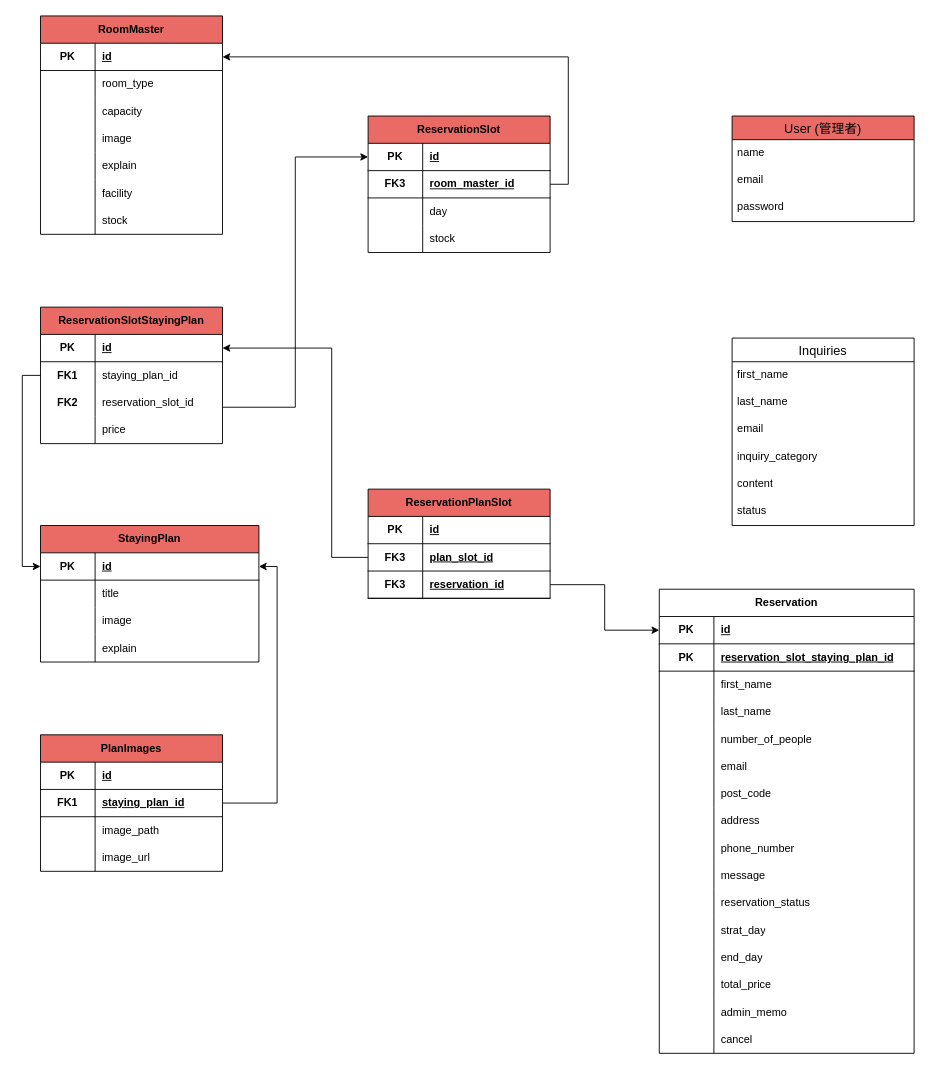
The draw.io diagram ER図.drawio in your-school/reserve, before the edit. Source tidied: cells renumbered, new cells numbered last; positions are measured from the earlier drawing's top-left corner, leaving out a move shared by most shapes. Both pictures are drawn from the tidied source at 91%, with x=0, y=0 at pixel (40, 15).
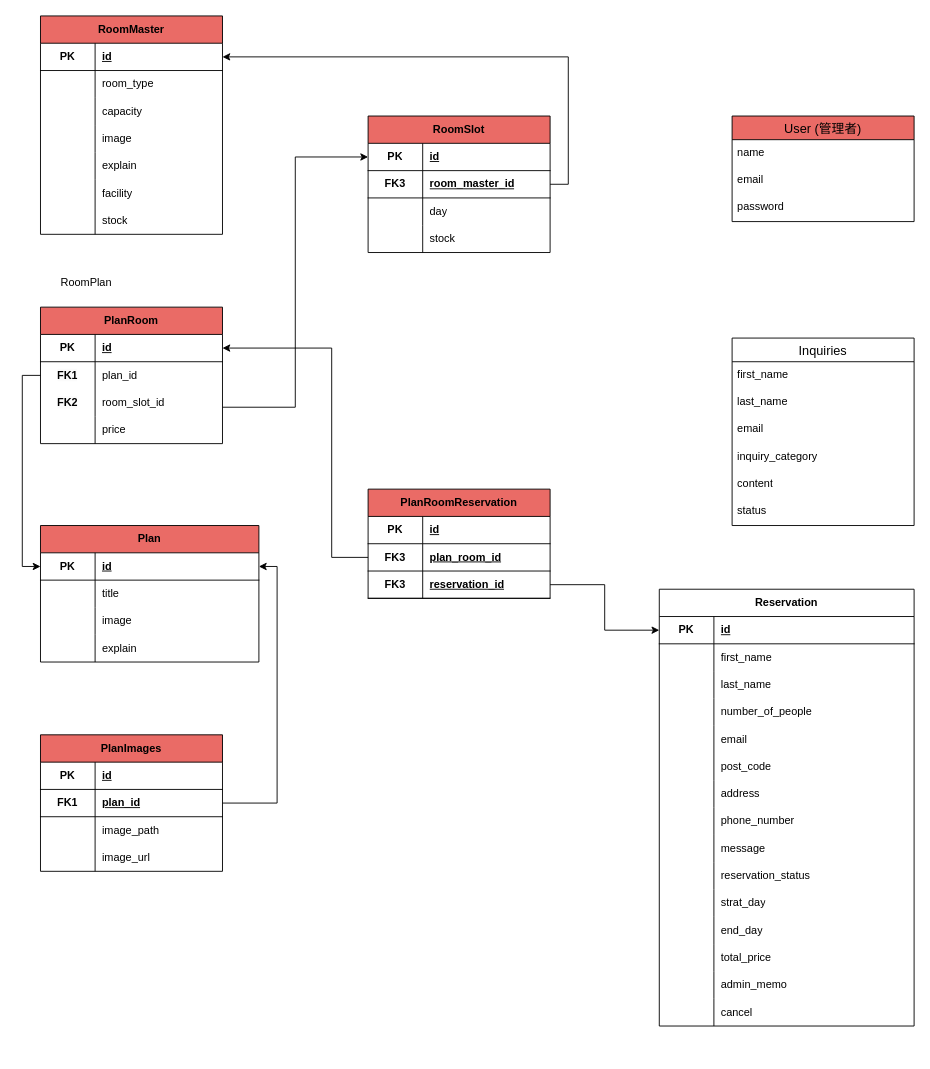
The same page after the edit.

Commit message:
ER図.drawio を更新します

The change refers to these unchanged cells:
```xml
<mxCell id="88" style="shape=tableRow;horizontal=0;startSize=0;swimlaneHead=0;swimlaneBody=0;fillColor=none;points=[[0,0.5],[1,0.5]];portConstraint=eastwest;top=0;left=0;right=0;bottom=0;html=1;" parent="84" vertex="1">
  <mxGeometry y="60" width="200" height="30" as="geometry" />
</mxCell>
<mxCell id="91" style="shape=tableRow;horizontal=0;startSize=0;swimlaneHead=0;swimlaneBody=0;fillColor=none;top=0;left=0;right=0;bottom=0;html=1;" parent="84" vertex="1">
  <mxGeometry y="90" width="200" height="30" as="geometry" />
</mxCell>
<mxCell id="123" style="shape=tableRow;horizontal=0;startSize=0;swimlaneHead=0;swimlaneBody=0;fillColor=none;points=[[0,0.5],[1,0.5]];portConstraint=eastwest;top=0;left=0;right=0;bottom=1;html=1;" parent="119" vertex="1">
  <mxGeometry y="60" width="200" height="30" as="geometry" />
</mxCell>
<mxCell id="144" style="shape=tableRow;horizontal=0;startSize=0;swimlaneHead=0;swimlaneBody=0;fillColor=none;points=[[0,0.5],[1,0.5]];portConstraint=eastwest;top=0;left=0;right=0;bottom=1;html=1;" parent="140" vertex="1">
  <mxGeometry y="60" width="200" height="30" as="geometry" />
</mxCell>
```

Diff of the diagram source:
```diff
@@
     <mxCell id="2" value="Reservation" style="shape=table;startSize=30;childLayout=tableLayout;rowLines=0;fontStyle=1;align=center;html=1;whiteSpace=wrap;" parent="1" vertex="1">
-      <mxGeometry x="680" y="630" width="280" height="510" as="geometry" />
+      <mxGeometry x="680" y="630" width="280" height="480" as="geometry" />
     </mxCell>
@@
-    <mxCell id="6" style="shape=tableRow;horizontal=0;startSize=0;swimlaneHead=0;swimlaneBody=0;fillColor=none;top=0;left=0;right=0;bottom=1;html=1;" parent="2" vertex="1">
-      <mxGeometry y="60" width="280" height="30" as="geometry" />
-    </mxCell>
-    <mxCell id="7" value="PK" style="shape=partialRectangle;fillColor=none;top=0;left=0;bottom=0;right=0;fontStyle=1;overflow=hidden;html=1;whiteSpace=wrap;" parent="6" vertex="1">
-      <mxGeometry width="60" height="30" as="geometry" />
-    </mxCell>
-    <mxCell id="8" value="reservation_slot_staying_plan_id" style="shape=partialRectangle;fillColor=none;top=0;left=0;bottom=0;right=0;align=left;spacingLeft=6;fontStyle=5;overflow=hidden;html=1;whiteSpace=wrap;" parent="6" vertex="1">
-      <mxGeometry x="60" width="220" height="30" as="geometry" />
-    </mxCell>
     <mxCell id="9" style="shape=tableRow;horizontal=0;startSize=0;swimlaneHead=0;swimlaneBody=0;fillColor=none;top=0;left=0;right=0;bottom=0;html=1;" parent="2" vertex="1">
-      <mxGeometry y="90" width="280" height="30" as="geometry" />
+      <mxGeometry y="60" width="280" height="30" as="geometry" />
     </mxCell>
@@
     <mxCell id="12" style="shape=tableRow;horizontal=0;startSize=0;swimlaneHead=0;swimlaneBody=0;fillColor=none;top=0;left=0;right=0;bottom=0;html=1;" parent="2" vertex="1">
-      <mxGeometry y="120" width="280" height="30" as="geometry" />
+      <mxGeometry y="90" width="280" height="30" as="geometry" />
     </mxCell>
@@
     <mxCell id="15" style="shape=tableRow;horizontal=0;startSize=0;swimlaneHead=0;swimlaneBody=0;fillColor=none;top=0;left=0;right=0;bottom=0;html=1;" parent="2" vertex="1">
-      <mxGeometry y="150" width="280" height="30" as="geometry" />
+      <mxGeometry y="120" width="280" height="30" as="geometry" />
     </mxCell>
@@
     <mxCell id="18" style="shape=tableRow;horizontal=0;startSize=0;swimlaneHead=0;swimlaneBody=0;fillColor=none;top=0;left=0;right=0;bottom=0;html=1;" parent="2" vertex="1">
-      <mxGeometry y="180" width="280" height="30" as="geometry" />
+      <mxGeometry y="150" width="280" height="30" as="geometry" />
     </mxCell>
@@
     <mxCell id="21" style="shape=tableRow;horizontal=0;startSize=0;swimlaneHead=0;swimlaneBody=0;fillColor=none;top=0;left=0;right=0;bottom=0;html=1;" parent="2" vertex="1">
-      <mxGeometry y="210" width="280" height="30" as="geometry" />
+      <mxGeometry y="180" width="280" height="30" as="geometry" />
     </mxCell>
@@
     <mxCell id="24" style="shape=tableRow;horizontal=0;startSize=0;swimlaneHead=0;swimlaneBody=0;fillColor=none;top=0;left=0;right=0;bottom=0;html=1;" parent="2" vertex="1">
-      <mxGeometry y="240" width="280" height="30" as="geometry" />
+      <mxGeometry y="210" width="280" height="30" as="geometry" />
     </mxCell>
@@
     <mxCell id="27" style="shape=tableRow;horizontal=0;startSize=0;swimlaneHead=0;swimlaneBody=0;fillColor=none;top=0;left=0;right=0;bottom=0;html=1;" parent="2" vertex="1">
-      <mxGeometry y="270" width="280" height="30" as="geometry" />
+      <mxGeometry y="240" width="280" height="30" as="geometry" />
     </mxCell>
@@
     <mxCell id="30" style="shape=tableRow;horizontal=0;startSize=0;swimlaneHead=0;swimlaneBody=0;fillColor=none;top=0;left=0;right=0;bottom=0;html=1;" parent="2" vertex="1">
-      <mxGeometry y="300" width="280" height="30" as="geometry" />
+      <mxGeometry y="270" width="280" height="30" as="geometry" />
     </mxCell>
@@
     <mxCell id="33" style="shape=tableRow;horizontal=0;startSize=0;swimlaneHead=0;swimlaneBody=0;fillColor=none;top=0;left=0;right=0;bottom=0;html=1;" parent="2" vertex="1">
-      <mxGeometry y="330" width="280" height="30" as="geometry" />
+      <mxGeometry y="300" width="280" height="30" as="geometry" />
     </mxCell>
@@
     <mxCell id="36" style="shape=tableRow;horizontal=0;startSize=0;swimlaneHead=0;swimlaneBody=0;fillColor=none;top=0;left=0;right=0;bottom=0;html=1;" parent="2" vertex="1">
-      <mxGeometry y="360" width="280" height="30" as="geometry" />
+      <mxGeometry y="330" width="280" height="30" as="geometry" />
     </mxCell>
@@
     <mxCell id="39" style="shape=tableRow;horizontal=0;startSize=0;swimlaneHead=0;swimlaneBody=0;fillColor=none;top=0;left=0;right=0;bottom=0;html=1;" parent="2" vertex="1">
-      <mxGeometry y="390" width="280" height="30" as="geometry" />
+      <mxGeometry y="360" width="280" height="30" as="geometry" />
     </mxCell>
@@
     <mxCell id="42" style="shape=tableRow;horizontal=0;startSize=0;swimlaneHead=0;swimlaneBody=0;fillColor=none;top=0;left=0;right=0;bottom=0;html=1;" parent="2" vertex="1">
-      <mxGeometry y="420" width="280" height="30" as="geometry" />
+      <mxGeometry y="390" width="280" height="30" as="geometry" />
     </mxCell>
@@
     <mxCell id="45" style="shape=tableRow;horizontal=0;startSize=0;swimlaneHead=0;swimlaneBody=0;fillColor=none;top=0;left=0;right=0;bottom=0;html=1;" parent="2" vertex="1">
-      <mxGeometry y="450" width="280" height="30" as="geometry" />
+      <mxGeometry y="420" width="280" height="30" as="geometry" />
     </mxCell>
@@
     <mxCell id="48" style="shape=tableRow;horizontal=0;startSize=0;swimlaneHead=0;swimlaneBody=0;fillColor=none;top=0;left=0;right=0;bottom=0;html=1;" parent="2" vertex="1">
-      <mxGeometry y="480" width="280" height="30" as="geometry" />
+      <mxGeometry y="450" width="280" height="30" as="geometry" />
     </mxCell>
@@
-    <mxCell id="51" value="StayingPlan" style="shape=table;startSize=30;childLayout=tableLayout;rowLines=0;fontStyle=1;align=center;html=1;whiteSpace=wrap;fillColor=#EA6B66;" parent="1" vertex="1">
+    <mxCell id="51" value="Plan" style="shape=table;startSize=30;childLayout=tableLayout;rowLines=0;fontStyle=1;align=center;html=1;whiteSpace=wrap;fillColor=#EA6B66;" parent="1" vertex="1">
       <mxGeometry y="560" width="240" height="150" as="geometry" />
     </mxCell>
@@
-    <mxCell id="64" value="ReservationSlot" style="shape=table;startSize=30;childLayout=tableLayout;rowLines=0;fontStyle=1;align=center;html=1;whiteSpace=wrap;fillColor=#EA6B66;" parent="1" vertex="1">
+    <mxCell id="64" value="RoomSlot" style="shape=table;startSize=30;childLayout=tableLayout;rowLines=0;fontStyle=1;align=center;html=1;whiteSpace=wrap;fillColor=#EA6B66;" parent="1" vertex="1">
       <mxGeometry x="360" y="110" width="200" height="150" as="geometry" />
     </mxCell>
@@
-    <mxCell id="84" value="ReservationSlotStayingPlan" style="shape=table;startSize=30;childLayout=tableLayout;rowLines=0;fontStyle=1;align=center;html=1;whiteSpace=wrap;fillColor=#EA6B66;" parent="1" vertex="1">
+    <mxCell id="84" value="PlanRoom" style="shape=table;startSize=30;childLayout=tableLayout;rowLines=0;fontStyle=1;align=center;html=1;whiteSpace=wrap;fillColor=#EA6B66;" parent="1" vertex="1">
       <mxGeometry y="320" width="200" height="150" as="geometry" />
     </mxCell>
@@
-    <mxCell id="90" value="staying_plan_id" style="shape=partialRectangle;fillColor=none;top=0;left=0;bottom=0;right=0;align=left;spacingLeft=6;overflow=hidden;html=1;whiteSpace=wrap;" parent="88" vertex="1">
+    <mxCell id="90" value="plan_id" style="shape=partialRectangle;fillColor=none;top=0;left=0;bottom=0;right=0;align=left;spacingLeft=6;overflow=hidden;html=1;whiteSpace=wrap;" parent="88" vertex="1">
       <mxGeometry x="60" width="140" height="30" as="geometry" />
     </mxCell>
@@
-    <mxCell id="93" value="reservation_slot_id" style="shape=partialRectangle;fillColor=none;top=0;left=0;bottom=0;right=0;align=left;spacingLeft=6;overflow=hidden;html=1;whiteSpace=wrap;" parent="91" vertex="1">
+    <mxCell id="93" value="room_slot_id" style="shape=partialRectangle;fillColor=none;top=0;left=0;bottom=0;right=0;align=left;spacingLeft=6;overflow=hidden;html=1;whiteSpace=wrap;" parent="91" vertex="1">
       <mxGeometry x="60" width="140" height="30" as="geometry" />
     </mxCell>
@@
-    <mxCell id="125" value="staying_plan_id" style="shape=partialRectangle;fillColor=none;top=0;left=0;bottom=0;right=0;align=left;spacingLeft=6;fontStyle=5;overflow=hidden;html=1;whiteSpace=wrap;" parent="123" vertex="1">
+    <mxCell id="125" value="plan_id" style="shape=partialRectangle;fillColor=none;top=0;left=0;bottom=0;right=0;align=left;spacingLeft=6;fontStyle=5;overflow=hidden;html=1;whiteSpace=wrap;" parent="123" vertex="1">
       <mxGeometry x="60" width="140" height="30" as="geometry" />
     </mxCell>
@@
-    <mxCell id="140" value="ReservationPlanSlot" style="shape=table;startSize=30;childLayout=tableLayout;rowLines=0;fontStyle=1;align=center;html=1;whiteSpace=wrap;fillColor=#EA6B66;" parent="1" vertex="1">
+    <mxCell id="140" value="PlanRoomReservation" style="shape=table;startSize=30;childLayout=tableLayout;rowLines=0;fontStyle=1;align=center;html=1;whiteSpace=wrap;fillColor=#EA6B66;" parent="1" vertex="1">
       <mxGeometry x="360" y="520" width="200" height="120" as="geometry" />
     </mxCell>
@@
-    <mxCell id="146" value="plan_slot_id" style="shape=partialRectangle;fillColor=none;top=0;left=0;bottom=0;right=0;align=left;spacingLeft=6;fontStyle=5;overflow=hidden;html=1;whiteSpace=wrap;" parent="144" vertex="1">
+    <mxCell id="146" value="plan_room_id" style="shape=partialRectangle;fillColor=none;top=0;left=0;bottom=0;right=0;align=left;spacingLeft=6;fontStyle=5;overflow=hidden;html=1;whiteSpace=wrap;" parent="144" vertex="1">
       <mxGeometry x="60" width="140" height="30" as="geometry" />
     </mxCell>
@@
+    <mxCell id="152" value="RoomPlan" style="text;html=1;align=center;verticalAlign=middle;strokeColor=none;fillColor=none;" parent="1" vertex="1">
+      <mxGeometry x="10" y="278" width="80" height="30" as="geometry" />
+    </mxCell>
```
